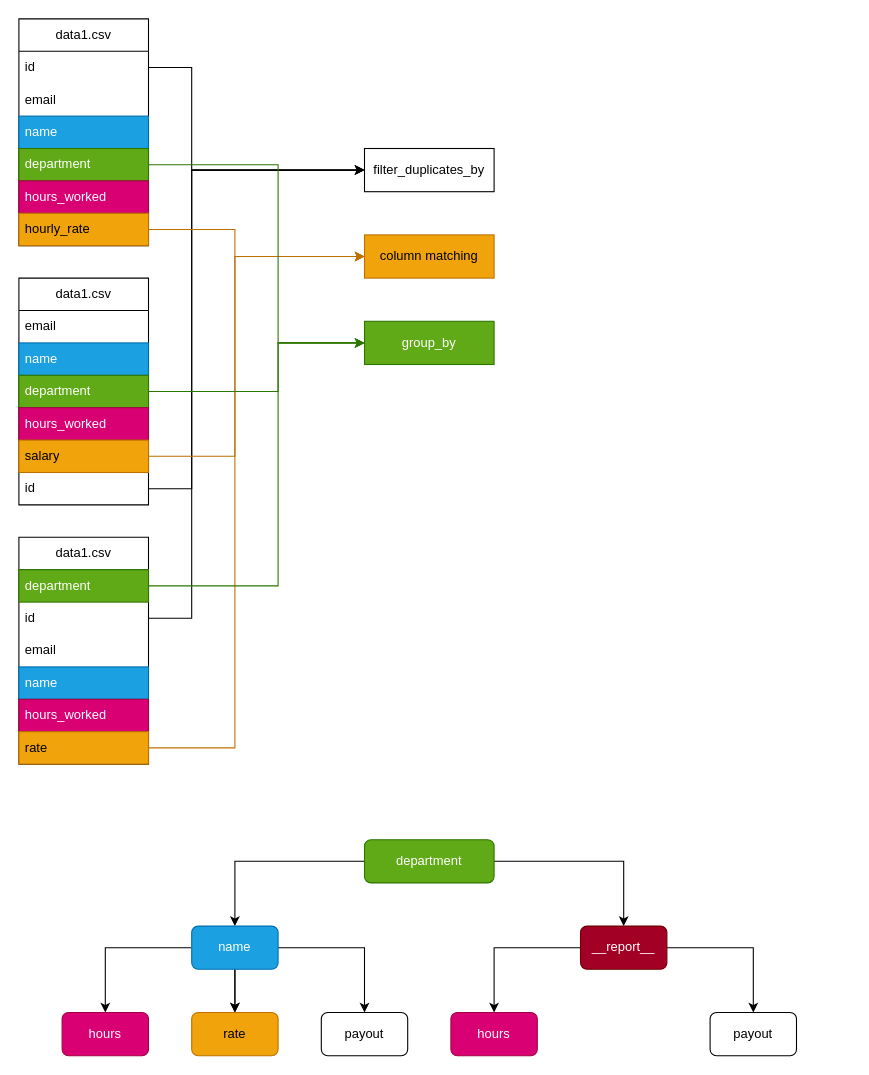
Earlier version of the draw.io diagram data/Diagram.drawio (ames0k0/TT--Python--Calculate-employee-salaries). Source tidied: cells renumbered, new cells numbered last; positions are measured from the earlier drawing's top-left corner, leaving out a move shared by most shapes. Both pictures are drawn from the tidied source at 108%, with x=0, y=0 at pixel (18, 18).
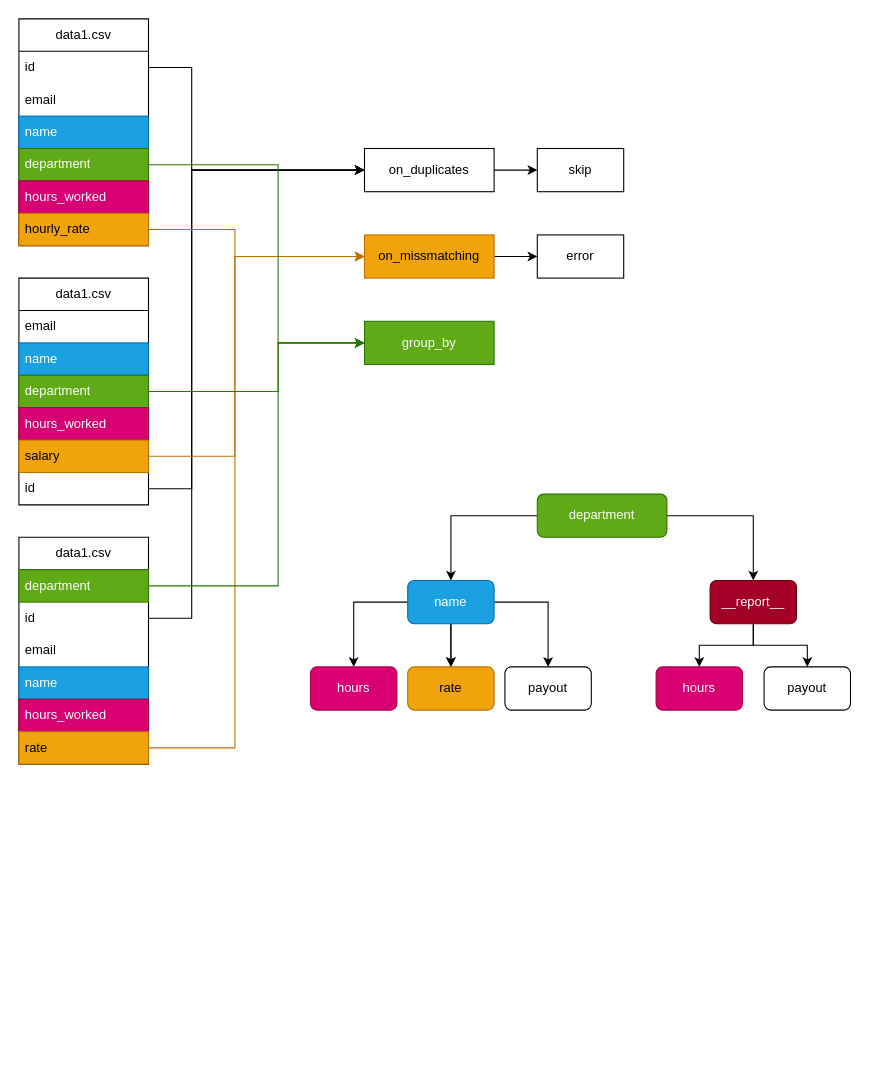
The same diagram, later.

Commit message (it also covers changes not shown here):
[refactor] Implemented reading and writing with abstract classes

What changed in the source:
```diff
@@
     <mxCell id="25" value="department" style="rounded=1;whiteSpace=wrap;html=1;fillColor=#60a917;fontColor=#ffffff;strokeColor=#2D7600;" parent="1" vertex="1">
-      <mxGeometry x="320" y="760" width="120" height="40" as="geometry" />
+      <mxGeometry x="480" y="440" width="120" height="40" as="geometry" />
     </mxCell>
@@
     <mxCell id="30" value="name" style="whiteSpace=wrap;html=1;rounded=1;fillColor=#1ba1e2;fontColor=#ffffff;strokeColor=#006EAF;" parent="1" vertex="1">
-      <mxGeometry x="160" y="840" width="80" height="40" as="geometry" />
+      <mxGeometry x="360" y="520" width="80" height="40" as="geometry" />
     </mxCell>
     <mxCell id="31" value="hours" style="whiteSpace=wrap;html=1;rounded=1;fillColor=#d80073;fontColor=#ffffff;strokeColor=#A50040;" parent="1" vertex="1">
-      <mxGeometry x="40" y="920" width="80" height="40" as="geometry" />
+      <mxGeometry x="270" y="600" width="80" height="40" as="geometry" />
     </mxCell>
     <mxCell id="32" value="rate" style="whiteSpace=wrap;html=1;rounded=1;fillColor=#f0a30a;fontColor=#000000;strokeColor=#BD7000;" parent="1" vertex="1">
-      <mxGeometry x="160" y="920" width="80" height="40" as="geometry" />
+      <mxGeometry x="360" y="600" width="80" height="40" as="geometry" />
     </mxCell>
     <mxCell id="33" value="payout" style="whiteSpace=wrap;html=1;rounded=1;" parent="1" vertex="1">
-      <mxGeometry x="280" y="920" width="80" height="40" as="geometry" />
+      <mxGeometry x="450" y="600" width="80" height="40" as="geometry" />
     </mxCell>
@@
     <mxCell id="36" value="__report__" style="whiteSpace=wrap;html=1;fillColor=#a20025;strokeColor=#6F0000;fontColor=#ffffff;rounded=1;" parent="1" vertex="1">
-      <mxGeometry x="520" y="840" width="80" height="40" as="geometry" />
+      <mxGeometry x="640" y="520" width="80" height="40" as="geometry" />
     </mxCell>
     <mxCell id="37" value="hours" style="whiteSpace=wrap;html=1;fillColor=#d80073;strokeColor=#A50040;fontColor=#ffffff;rounded=1;" parent="1" vertex="1">
-      <mxGeometry x="400" y="920" width="80" height="40" as="geometry" />
+      <mxGeometry x="590" y="600" width="80" height="40" as="geometry" />
     </mxCell>
     <mxCell id="38" value="payout" style="whiteSpace=wrap;html=1;rounded=1;" parent="1" vertex="1">
-      <mxGeometry x="640" y="920" width="80" height="40" as="geometry" />
+      <mxGeometry x="690" y="600" width="80" height="40" as="geometry" />
     </mxCell>
+    <mxCell id="51" style="edgeStyle=orthogonalEdgeStyle;rounded=0;jettySize=auto;html=1;" parent="1" edge="1" source="39" target="53">
+      <mxGeometry relative="1" as="geometry" />
+    </mxCell>
-    <mxCell id="39" value="filter_duplicates_by" style="whiteSpace=wrap;html=1;" parent="1" vertex="1">
+    <mxCell id="39" value="on_duplicates" style="whiteSpace=wrap;html=1;" parent="1" vertex="1">
       <mxGeometry x="320" y="120" width="120" height="40" as="geometry" />
     </mxCell>
@@
+    <mxCell id="52" style="edgeStyle=orthogonalEdgeStyle;rounded=0;jettySize=auto;html=1;" parent="1" edge="1" source="43" target="54">
+      <mxGeometry relative="1" as="geometry" />
+    </mxCell>
-    <mxCell id="43" value="column matching" style="whiteSpace=wrap;html=1;fillColor=#f0a30a;fontColor=#000000;strokeColor=#BD7000;" parent="1" vertex="1">
+    <mxCell id="43" value="on_missmatching" style="whiteSpace=wrap;html=1;fillColor=#f0a30a;fontColor=#000000;strokeColor=#BD7000;" parent="1" vertex="1">
       <mxGeometry x="320" y="200" width="120" height="40" as="geometry" />
     </mxCell>
@@
+    <mxCell id="53" value="skip" style="whiteSpace=wrap;html=1;" parent="1" vertex="1">
+      <mxGeometry x="480" y="120" width="80" height="40" as="geometry" />
+    </mxCell>
+    <mxCell id="54" value="error" style="whiteSpace=wrap;html=1;" parent="1" vertex="1">
+      <mxGeometry x="480" y="200" width="80" height="40" as="geometry" />
+    </mxCell>
```
